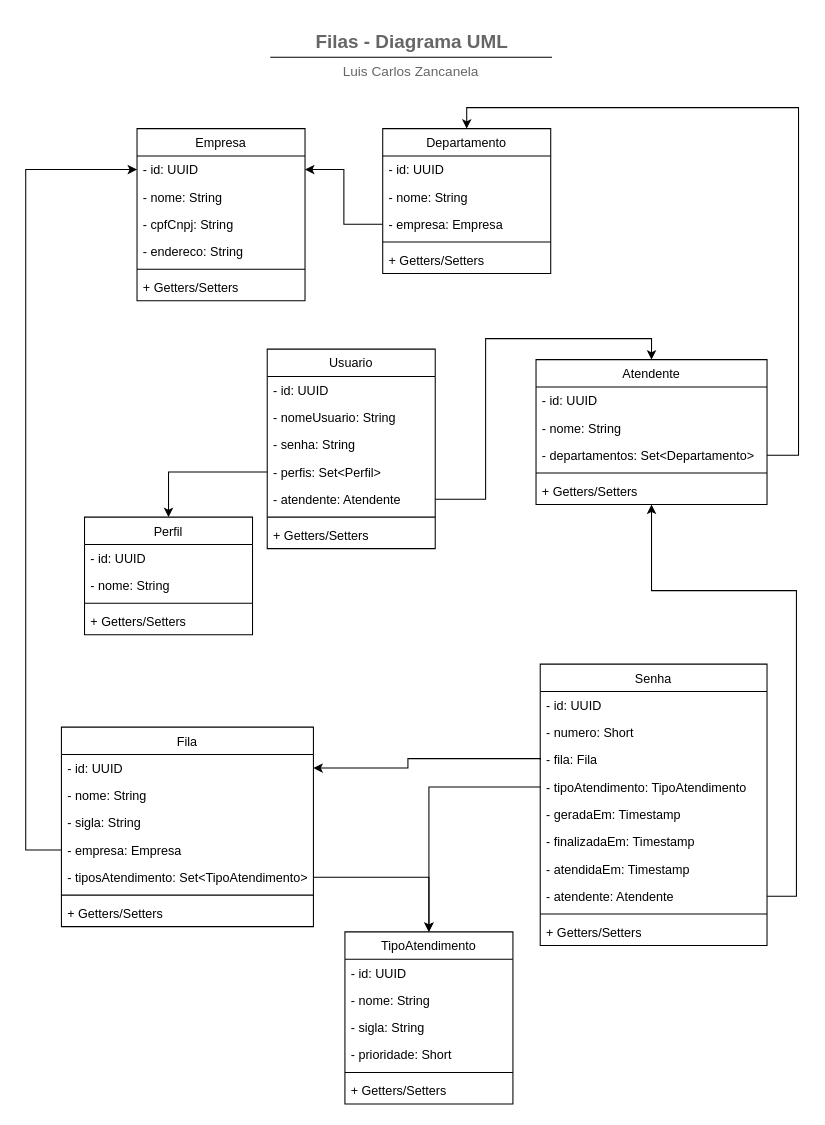
Before: docs/uml-diagram.drawio in didifive/queue-service-api, a draw.io diagram. Source tidied: cells renumbered, new cells numbered last; positions are measured from the earlier drawing's top-left corner, leaving out a move shared by most shapes. Both pictures are drawn from the tidied source at 105%, with x=0, y=0 at pixel (25, 18).
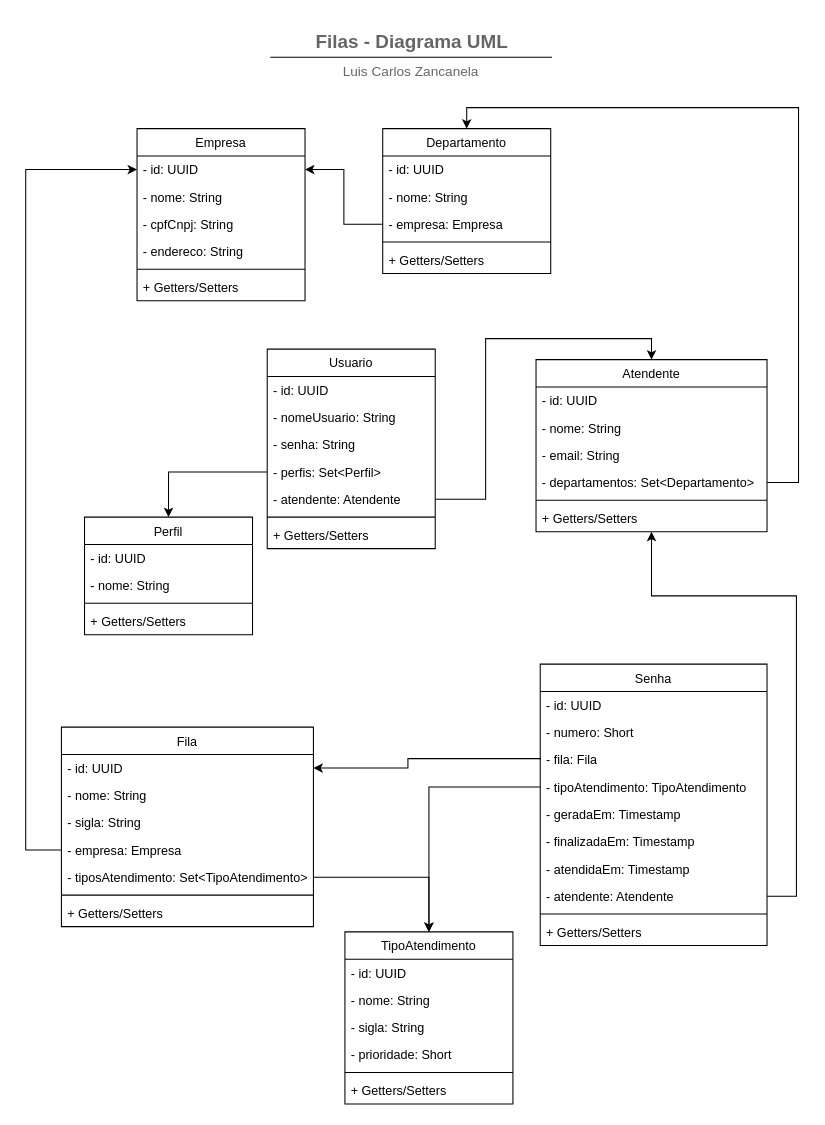
The same page after the edit.

Unchanged cells that the change refers to:
```xml
<mxCell id="27" value="- atendente: Atendente" style="text;align=left;verticalAlign=top;spacingLeft=4;spacingRight=4;overflow=hidden;points=[[0,0.5],[1,0.5]];portConstraint=eastwest;" parent="19" vertex="1">
  <mxGeometry y="208" width="216" height="26" as="geometry" />
</mxCell>
<mxCell id="51" value="Departamento" style="swimlane;fontStyle=0;align=center;verticalAlign=top;horizontal=1;startSize=26;rounded=0;shadow=0;strokeWidth=1;" parent="1" vertex="1">
  <mxGeometry x="340" y="105" width="160" height="138" as="geometry" />
</mxCell>
```

Change to the diagram source:
```diff
@@
     <mxCell id="18" style="edgeStyle=orthogonalEdgeStyle;rounded=0;jettySize=auto;html=1;entryX=0.5;entryY=1;entryDx=0;entryDy=0;exitX=1;exitY=0.5;exitDx=0;exitDy=0;" parent="1" edge="1" source="27" target="30">
       <mxGeometry relative="1" as="geometry">
         <Array as="points">
           <mxPoint x="734" y="836" />
-          <mxPoint x="734" y="545" />
-          <mxPoint x="596" y="545" />
+          <mxPoint x="734" y="550" />
+          <mxPoint x="596" y="550" />
         </Array>
       </mxGeometry>
     </mxCell>
@@
     <mxCell id="30" value="Atendente" style="swimlane;fontStyle=0;align=center;verticalAlign=top;horizontal=1;startSize=26;rounded=0;shadow=0;strokeWidth=1;" parent="1" vertex="1">
-      <mxGeometry x="486" y="325" width="220" height="138" as="geometry" />
+      <mxGeometry x="486" y="325" width="220" height="164" as="geometry" />
     </mxCell>
@@
+    <mxCell id="73" value="- email: String" style="text;align=left;verticalAlign=top;spacingLeft=4;spacingRight=4;overflow=hidden;" parent="30" vertex="1">
+      <mxGeometry y="78" width="220" height="26" as="geometry" />
+    </mxCell>
     <mxCell id="33" value="- departamentos: Set&lt;Departamento&gt;" style="text;align=left;verticalAlign=top;spacingLeft=4;spacingRight=4;overflow=hidden;points=[[0,0.5],[1,0.5]];portConstraint=eastwest;rounded=0;shadow=0;html=0;" parent="30" vertex="1">
-      <mxGeometry y="78" width="220" height="26" as="geometry" />
+      <mxGeometry y="104" width="220" height="26" as="geometry" />
     </mxCell>
     <mxCell id="34" style="line;html=1;strokeWidth=1;align=left;verticalAlign=middle;spacingTop=-1;spacingLeft=3;spacingRight=3;labelPosition=right;" parent="30" vertex="1">
-      <mxGeometry y="104" width="220" height="8" as="geometry" />
+      <mxGeometry y="130" width="220" height="8" as="geometry" />
     </mxCell>
     <mxCell id="35" value="+ Getters/Setters" style="text;align=left;verticalAlign=top;spacingLeft=4;spacingRight=4;overflow=hidden;rounded=0;shadow=0;html=0;" parent="30" vertex="1">
-      <mxGeometry y="112" width="220" height="26" as="geometry" />
+      <mxGeometry y="138" width="220" height="26" as="geometry" />
     </mxCell>
@@
-    <mxCell id="70" style="edgeStyle=orthogonalEdgeStyle;rounded=0;jettySize=auto;html=1;entryX=0.5;entryY=0;entryDx=0;entryDy=0;startArrow=none;startFill=0;endArrow=classic;endFill=1;" parent="1" edge="1" source="33" target="51">
+    <mxCell id="70" style="edgeStyle=orthogonalEdgeStyle;rounded=0;jettySize=auto;html=1;entryX=0.5;entryY=0;entryDx=0;entryDy=0;startArrow=none;startFill=0;endArrow=classic;endFill=1;exitX=1;exitY=0.5;exitDx=0;exitDy=0;" parent="1" edge="1" source="33" target="51">
       <mxGeometry relative="1" as="geometry">
         <Array as="points">
-          <mxPoint x="736" y="416" />
+          <mxPoint x="736" y="442" />
           <mxPoint x="736" y="85" />
           <mxPoint x="420" y="85" />
         </Array>
       </mxGeometry>
     </mxCell>
```
